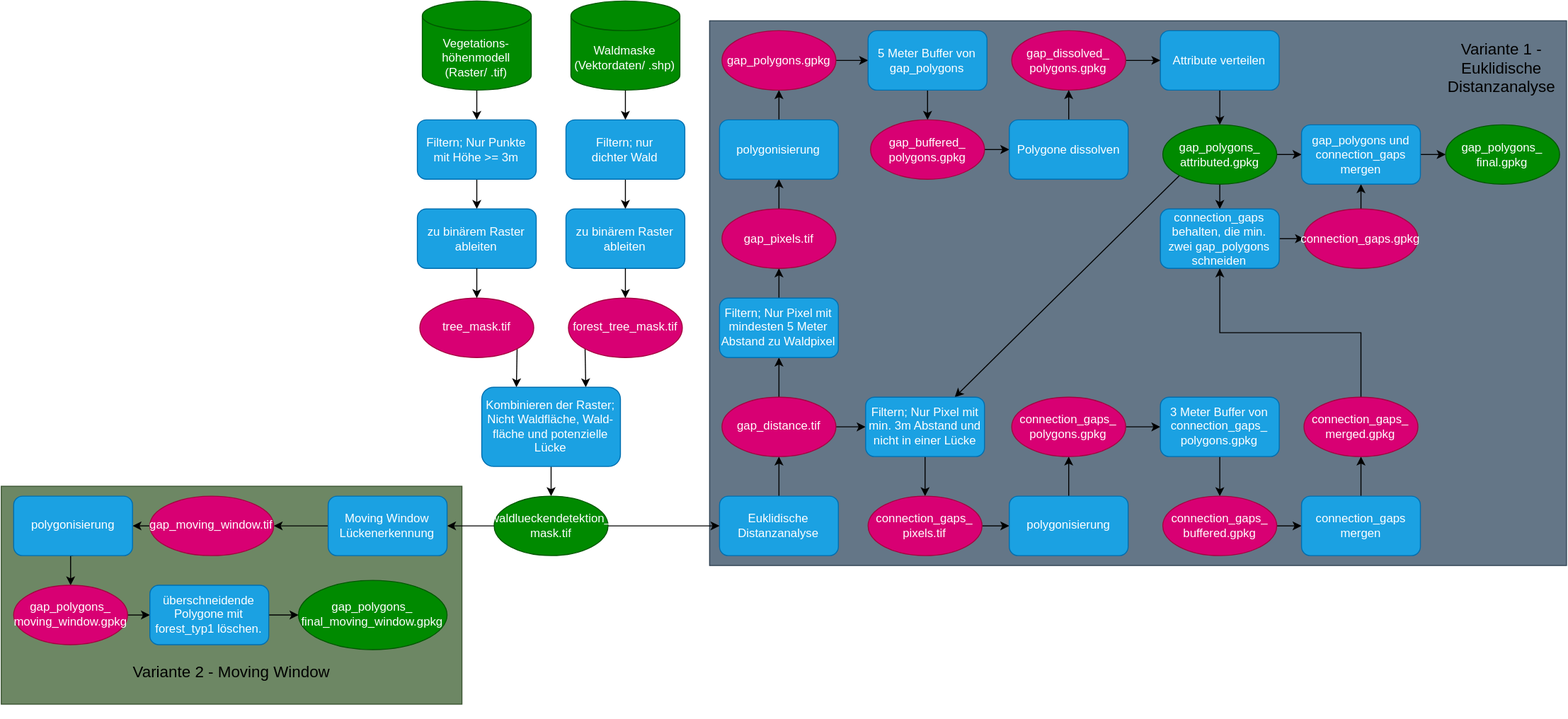
The draw.io diagram Lueckendetektion.drawio.svg in liobio72/Lueckendetektion, before a commit. Source tidied: cells renumbered, new cells last; positions are measured from the earlier drawing's top-left corner, leaving out a move shared by most shapes.
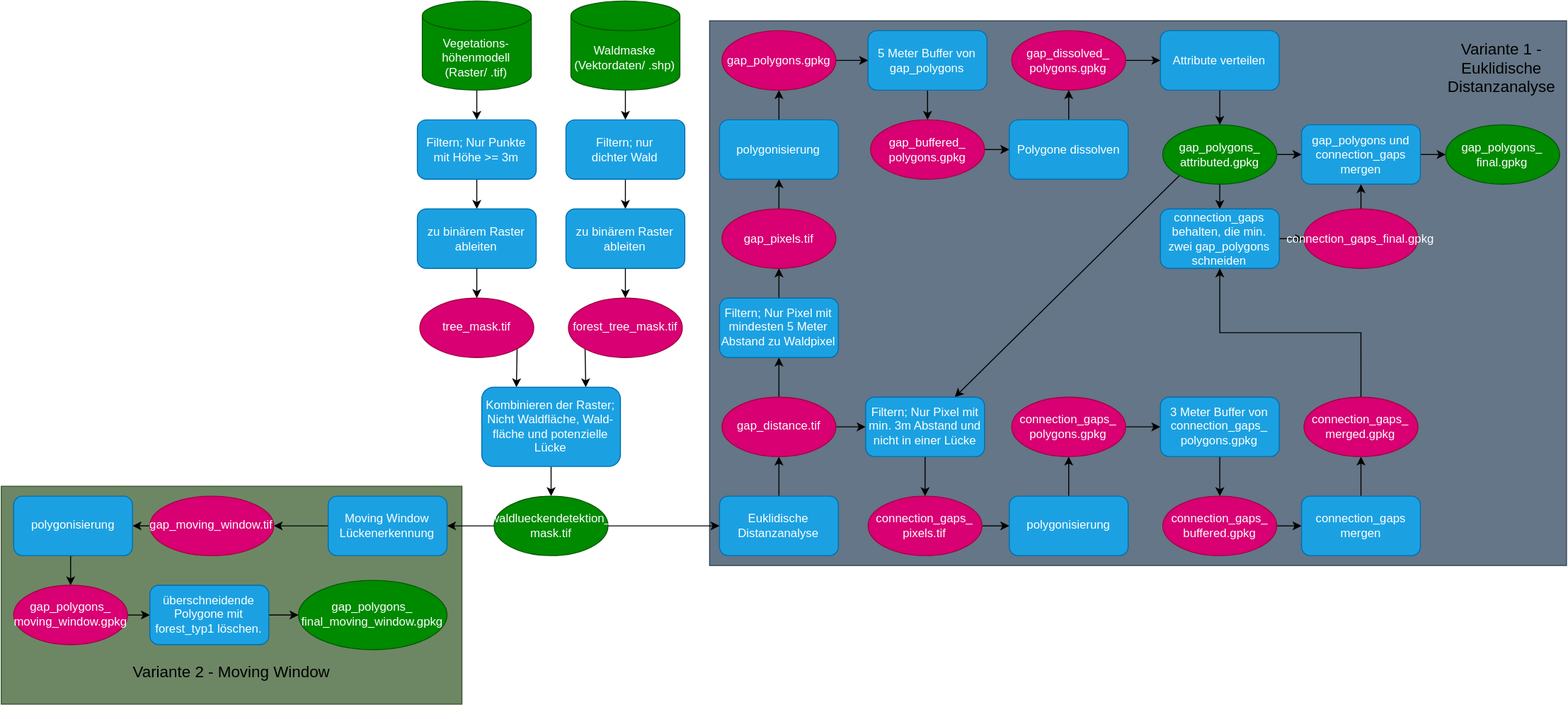
After the change.

Diff of the diagram source:
```diff
@@ -236,7 +236,7 @@
     <mxCell id="79" style="edgeStyle=orthogonalEdgeStyle;rounded=0;jettySize=auto;html=1;exitX=0.5;exitY=0;exitDx=0;exitDy=0;entryX=0.5;entryY=1;entryDx=0;entryDy=0;" parent="1" edge="1" source="80" target="86">
       <mxGeometry relative="1" as="geometry" />
     </mxCell>
-    <mxCell id="80" value="&lt;div&gt;connection_gaps&lt;span style=&quot;background-color: transparent; color: light-dark(rgb(255, 255, 255), rgb(18, 18, 18));&quot;&gt;.gpkg&lt;/span&gt;&lt;/div&gt;" style="ellipse;whiteSpace=wrap;html=1;fillColor=#d80073;fontColor=#ffffff;strokeColor=#A50040;" parent="1" vertex="1">
+    <mxCell id="80" value="&lt;div&gt;connection_gaps_final&lt;span style=&quot;background-color: transparent; color: light-dark(rgb(255, 255, 255), rgb(18, 18, 18));&quot;&gt;.gpkg&lt;/span&gt;&lt;/div&gt;" style="ellipse;whiteSpace=wrap;html=1;fillColor=#d80073;fontColor=#ffffff;strokeColor=#A50040;" parent="1" vertex="1">
       <mxGeometry x="1315" y="210" width="115" height="60" as="geometry" />
     </mxCell>
     <mxCell id="81" style="edgeStyle=orthogonalEdgeStyle;rounded=0;jettySize=auto;html=1;exitX=0.5;exitY=0;exitDx=0;exitDy=0;entryX=0.5;entryY=1;entryDx=0;entryDy=0;" parent="1" edge="1" source="82" target="84">
```
